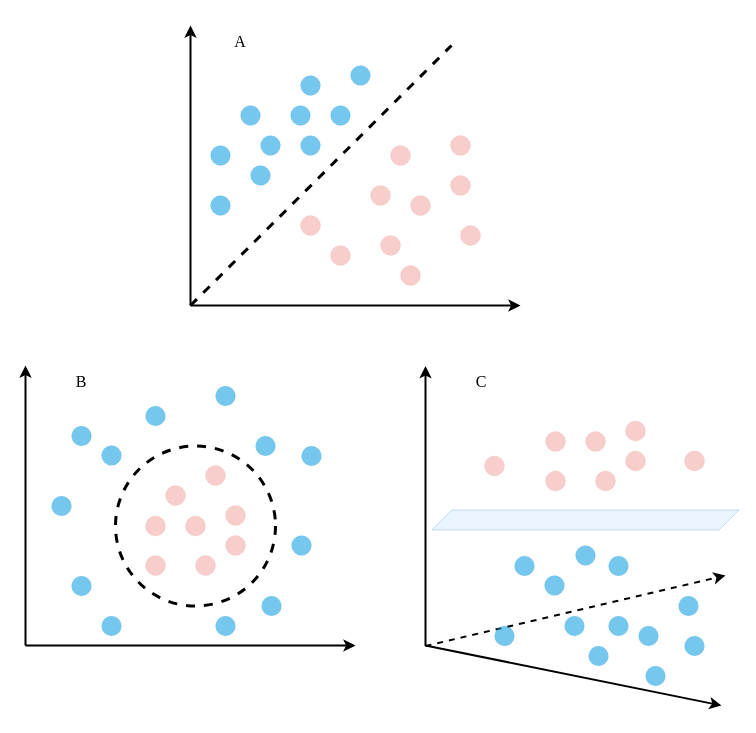
Earlier version of the draw.io diagram SVM.drawio (wangrui99/algs4). Source tidied: cells renumbered, new cells numbered last; positions are measured from the earlier drawing's top-left corner, leaving out a move shared by most shapes. Both pictures are drawn from the tidied source at 100%, with x=0, y=0 at pixel (25, 25).
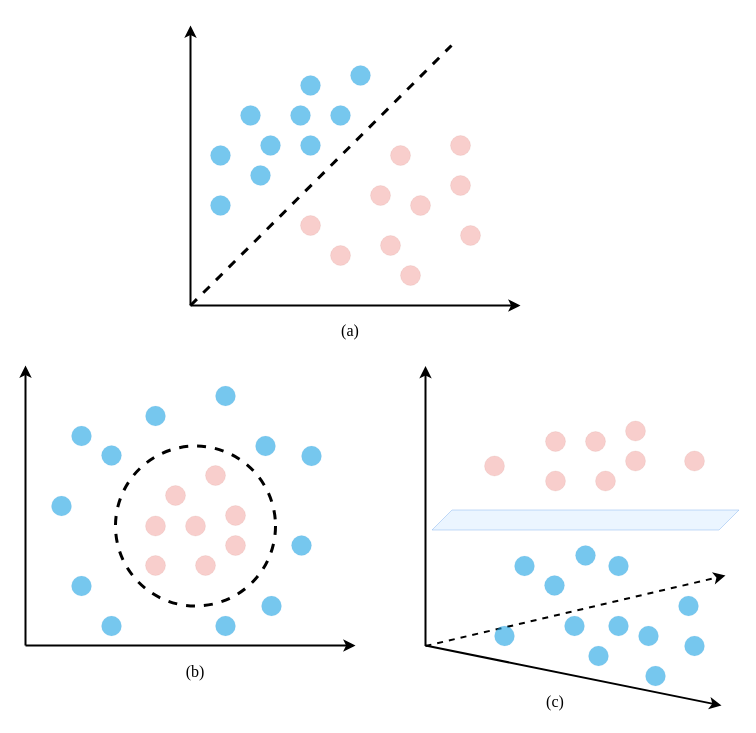
After the change.

Diff of the diagram source:
```diff
@@
-    <mxCell id="48" value="&lt;font style=&quot;font-size: 16px;&quot; face=&quot;Times New Roman&quot;&gt;A&lt;/font&gt;" style="text;html=1;strokeColor=none;fillColor=none;align=center;verticalAlign=middle;whiteSpace=wrap;rounded=0;" parent="1" vertex="1">
-      <mxGeometry x="185" y="0.5" width="60" height="30" as="geometry" />
+    <mxCell id="48" value="&lt;font style=&quot;font-size: 16px;&quot; face=&quot;Times New Roman&quot;&gt;(a)&lt;/font&gt;" style="text;html=1;strokeColor=none;fillColor=none;align=center;verticalAlign=middle;whiteSpace=wrap;rounded=0;" parent="1" vertex="1">
+      <mxGeometry x="295" y="290" width="60" height="30" as="geometry" />
     </mxCell>
-    <mxCell id="49" value="&lt;font style=&quot;font-size: 16px;&quot; face=&quot;Times New Roman&quot;&gt;B&lt;/font&gt;" style="text;html=1;strokeColor=none;fillColor=none;align=center;verticalAlign=middle;whiteSpace=wrap;rounded=0;" parent="1" vertex="1">
-      <mxGeometry x="26" y="340.5" width="60" height="30" as="geometry" />
+    <mxCell id="49" value="&lt;font style=&quot;font-size: 16px;&quot; face=&quot;Times New Roman&quot;&gt;(b)&lt;/font&gt;" style="text;html=1;strokeColor=none;fillColor=none;align=center;verticalAlign=middle;whiteSpace=wrap;rounded=0;" parent="1" vertex="1">
+      <mxGeometry x="140" y="630.5" width="60" height="30" as="geometry" />
     </mxCell>
@@
-    <mxCell id="52" value="&lt;font style=&quot;font-size: 16px;&quot; face=&quot;Times New Roman&quot;&gt;C&lt;/font&gt;" style="text;html=1;strokeColor=none;fillColor=none;align=center;verticalAlign=middle;whiteSpace=wrap;rounded=0;" parent="1" vertex="1">
-      <mxGeometry x="426" y="341" width="60" height="30" as="geometry" />
+    <mxCell id="52" value="&lt;font style=&quot;font-size: 16px;&quot; face=&quot;Times New Roman&quot;&gt;(c)&lt;/font&gt;" style="text;html=1;strokeColor=none;fillColor=none;align=center;verticalAlign=middle;whiteSpace=wrap;rounded=0;" parent="1" vertex="1">
+      <mxGeometry x="500" y="660.5" width="60" height="30" as="geometry" />
     </mxCell>
```
